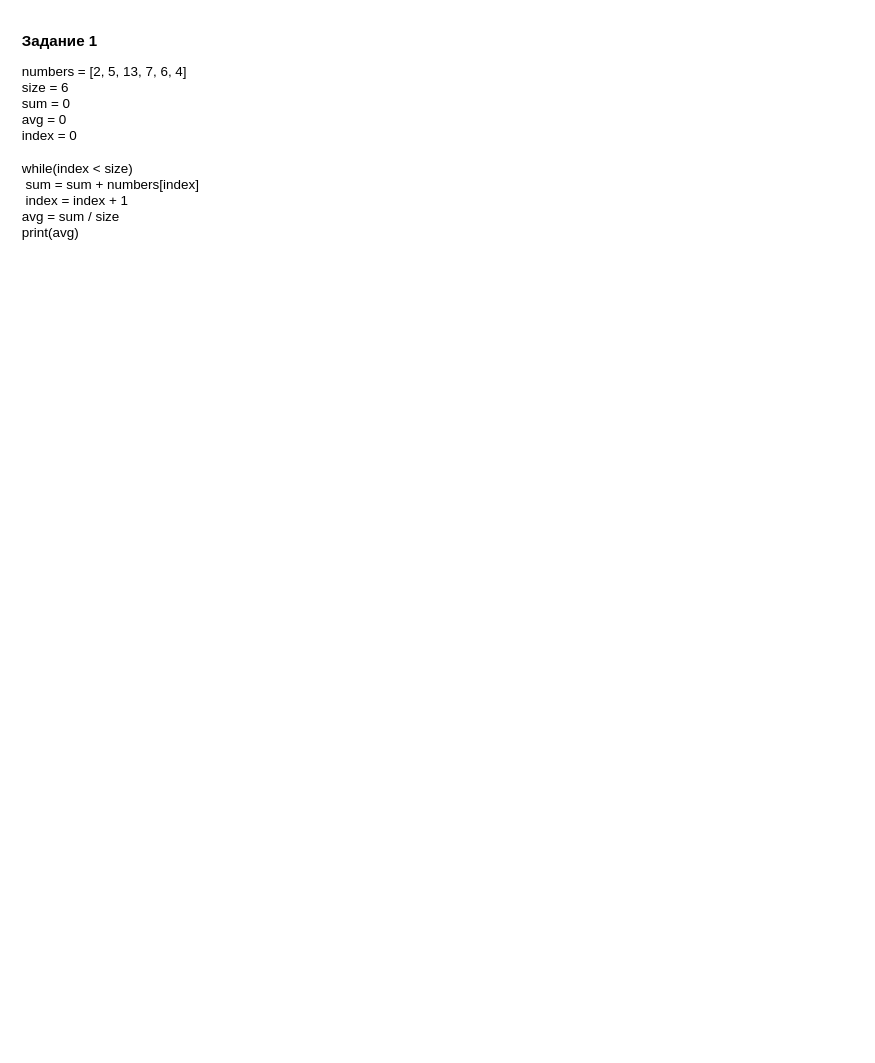
pluzonetwo/diagrams keeps this draw.io diagram as Untitled Diagram.drawio. Above is the earlier version. Source tidied: cells renumbered, new cells numbered last; positions are measured from the earlier drawing's top-left corner, leaving out a move shared by most shapes. Both pictures are drawn from the tidied source at 84%, with x=0, y=0 at pixel (20, 14).
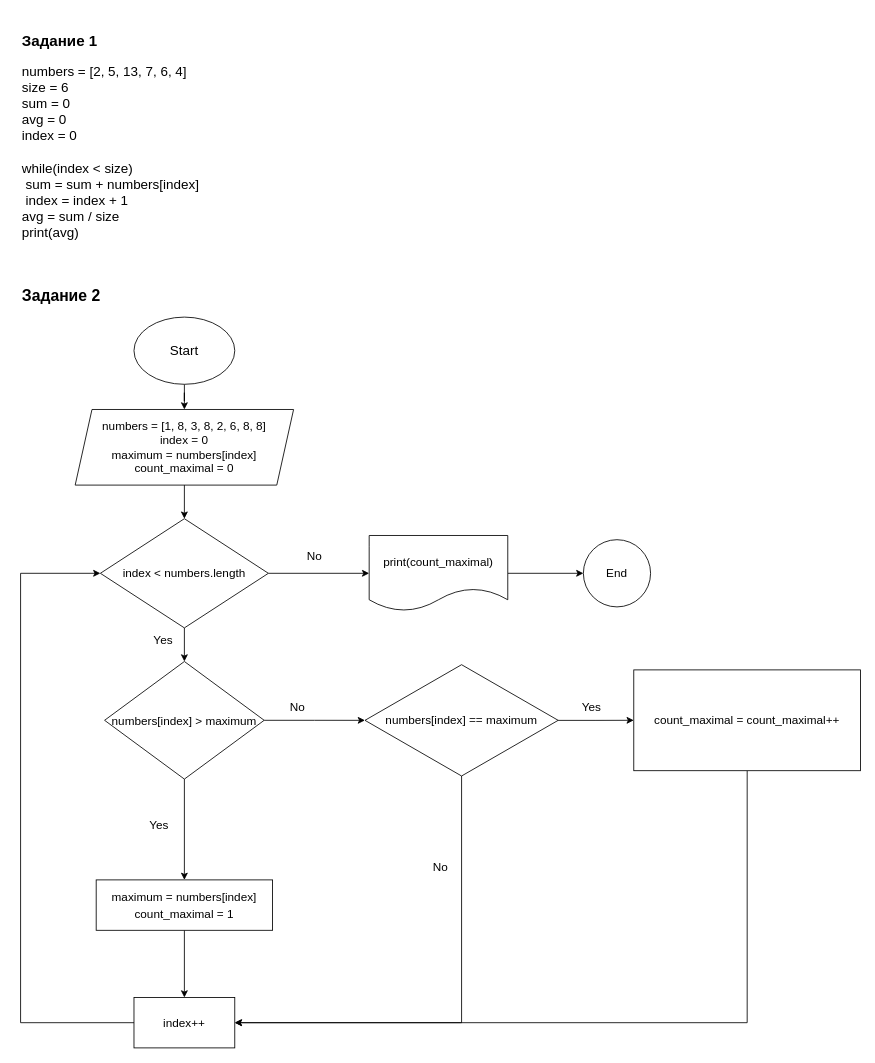
After the change.

Change to the diagram source:
```diff
@@
     <mxCell id="2" value="&lt;h2&gt;Задание 1&lt;/h2&gt;&lt;div style=&quot;font-size: 16px;&quot;&gt;numbers = [2, 5, 13, 7, 6, 4]&lt;/div&gt;&lt;div style=&quot;font-size: 16px;&quot;&gt;size = 6&lt;/div&gt;&lt;div style=&quot;font-size: 16px;&quot;&gt;sum = 0&lt;/div&gt;&lt;div style=&quot;font-size: 16px;&quot;&gt;avg = 0&lt;/div&gt;&lt;div style=&quot;font-size: 16px;&quot;&gt;index = 0&lt;/div&gt;&lt;div style=&quot;font-size: 16px;&quot;&gt;&lt;br&gt;&lt;/div&gt;&lt;div style=&quot;font-size: 16px;&quot;&gt;while(index &amp;lt; size)&lt;/div&gt;&lt;div style=&quot;font-size: 16px;&quot;&gt;&lt;span style=&quot;white-space: pre;&quot;&gt; &lt;/span&gt;sum = sum + numbers[index]&lt;br&gt;&lt;/div&gt;&lt;div style=&quot;font-size: 16px;&quot;&gt;&lt;span style=&quot;white-space: pre;&quot;&gt; &lt;/span&gt;index = index + 1&lt;br&gt;&lt;/div&gt;&lt;div style=&quot;font-size: 16px;&quot;&gt;avg = sum / size&lt;/div&gt;&lt;div style=&quot;font-size: 16px;&quot;&gt;print(avg)&lt;/div&gt;" style="text;html=1;strokeColor=none;fillColor=none;align=left;verticalAlign=top;whiteSpace=wrap;rounded=0;" parent="1" vertex="1">
-      <mxGeometry width="700" height="530" as="geometry" />
+      <mxGeometry width="700" height="300" as="geometry" />
     </mxCell>
+    <mxCell id="3" value="&lt;h3&gt;Задание 2&lt;/h3&gt;" style="text;html=1;strokeColor=none;fillColor=none;align=left;verticalAlign=middle;whiteSpace=wrap;rounded=0;fontSize=16;" parent="1" vertex="1">
+      <mxGeometry y="310" width="200" height="50" as="geometry" />
+    </mxCell>
+    <mxCell id="4" style="edgeStyle=orthogonalEdgeStyle;rounded=0;jettySize=auto;html=1;fontSize=14;" parent="1" edge="1" source="5" target="7">
+      <mxGeometry relative="1" as="geometry" />
+    </mxCell>
+    <mxCell id="5" value="Start" style="ellipse;whiteSpace=wrap;html=1;fontSize=16;" parent="1" vertex="1">
+      <mxGeometry x="135" y="360" width="120" height="80" as="geometry" />
+    </mxCell>
+    <mxCell id="6" style="edgeStyle=orthogonalEdgeStyle;rounded=0;jettySize=auto;html=1;fontSize=14;" parent="1" edge="1" source="7" target="10">
+      <mxGeometry relative="1" as="geometry" />
+    </mxCell>
+    <mxCell id="7" value="numbers = [1, 8, 3, 8, 2, 6, 8, 8]&lt;br style=&quot;font-size: 14px;&quot;&gt;index = 0&lt;br style=&quot;font-size: 14px;&quot;&gt;maximum = numbers[index]&lt;br style=&quot;font-size: 14px;&quot;&gt;count_maximal = 0" style="shape=parallelogram;perimeter=parallelogramPerimeter;whiteSpace=wrap;html=1;fixedSize=1;fontSize=14;" parent="1" vertex="1">
+      <mxGeometry x="65" y="470" width="260" height="90" as="geometry" />
+    </mxCell>
+    <mxCell id="8" style="edgeStyle=orthogonalEdgeStyle;rounded=0;jettySize=auto;html=1;fontSize=14;" parent="1" edge="1" source="10" target="13">
+      <mxGeometry relative="1" as="geometry" />
+    </mxCell>
+    <mxCell id="9" style="edgeStyle=orthogonalEdgeStyle;rounded=0;jettySize=auto;html=1;fontSize=14;" parent="1" edge="1" source="10" target="28">
+      <mxGeometry relative="1" as="geometry" />
+    </mxCell>
+    <mxCell id="10" value="index &amp;lt; numbers.length" style="rhombus;whiteSpace=wrap;html=1;fontSize=14;" parent="1" vertex="1">
+      <mxGeometry x="95" y="600" width="200" height="130" as="geometry" />
+    </mxCell>
+    <mxCell id="11" style="edgeStyle=orthogonalEdgeStyle;rounded=0;jettySize=auto;html=1;fontSize=14;" parent="1" edge="1" source="13" target="15">
+      <mxGeometry relative="1" as="geometry" />
+    </mxCell>
+    <mxCell id="12" style="edgeStyle=orthogonalEdgeStyle;rounded=0;jettySize=auto;html=1;fontSize=14;entryX=0;entryY=0.5;entryDx=0;entryDy=0;" parent="1" edge="1" source="13" target="22">
+      <mxGeometry relative="1" as="geometry" />
+    </mxCell>
+    <mxCell id="13" value="&lt;font style=&quot;font-size: 14px;&quot;&gt;numbers[index] &amp;gt; maximum&lt;/font&gt;" style="rhombus;whiteSpace=wrap;html=1;fontSize=16;" parent="1" vertex="1">
+      <mxGeometry x="100" y="770" width="190" height="140" as="geometry" />
+    </mxCell>
+    <mxCell id="14" style="edgeStyle=orthogonalEdgeStyle;rounded=0;jettySize=auto;html=1;fontSize=14;" parent="1" edge="1" source="15" target="19">
+      <mxGeometry relative="1" as="geometry" />
+    </mxCell>
+    <mxCell id="15" value="&lt;font style=&quot;font-size: 14px;&quot;&gt;maximum = numbers[index]&lt;br&gt;count_maximal = 1&lt;/font&gt;" style="whiteSpace=wrap;html=1;fontSize=16;" parent="1" vertex="1">
+      <mxGeometry x="90" y="1030" width="210" height="60" as="geometry" />
+    </mxCell>
+    <mxCell id="16" value="Yes" style="text;html=1;strokeColor=none;fillColor=none;align=center;verticalAlign=middle;whiteSpace=wrap;rounded=0;fontSize=14;" parent="1" vertex="1">
+      <mxGeometry x="135" y="950" width="60" height="30" as="geometry" />
+    </mxCell>
+    <mxCell id="17" value="No" style="text;html=1;strokeColor=none;fillColor=none;align=center;verticalAlign=middle;whiteSpace=wrap;rounded=0;fontSize=14;" parent="1" vertex="1">
+      <mxGeometry x="300" y="810" width="60" height="30" as="geometry" />
+    </mxCell>
+    <mxCell id="18" style="edgeStyle=orthogonalEdgeStyle;rounded=0;jettySize=auto;html=1;entryX=0;entryY=0.5;entryDx=0;entryDy=0;fontSize=14;" parent="1" edge="1" source="19" target="10">
+      <mxGeometry relative="1" as="geometry">
+        <Array as="points">
+          <mxPoint y="1200" />
+          <mxPoint y="665" />
+        </Array>
+      </mxGeometry>
+    </mxCell>
+    <mxCell id="19" value="&lt;font style=&quot;font-size: 14px;&quot;&gt;index++&lt;/font&gt;" style="whiteSpace=wrap;html=1;fontSize=16;" parent="1" vertex="1">
+      <mxGeometry x="135" y="1170" width="120" height="60" as="geometry" />
+    </mxCell>
+    <mxCell id="20" style="edgeStyle=orthogonalEdgeStyle;rounded=0;jettySize=auto;html=1;fontSize=14;" parent="1" edge="1" source="22" target="24">
+      <mxGeometry relative="1" as="geometry" />
+    </mxCell>
+    <mxCell id="21" style="edgeStyle=orthogonalEdgeStyle;rounded=0;jettySize=auto;html=1;entryX=1;entryY=0.5;entryDx=0;entryDy=0;fontSize=14;" parent="1" edge="1" source="22" target="19">
+      <mxGeometry relative="1" as="geometry">
+        <Array as="points">
+          <mxPoint x="525" y="1200" />
+        </Array>
+      </mxGeometry>
+    </mxCell>
+    <mxCell id="22" value="numbers[index] == maximum" style="rhombus;whiteSpace=wrap;html=1;fontSize=14;" parent="1" vertex="1">
+      <mxGeometry x="410" y="773.8" width="230" height="132.5" as="geometry" />
+    </mxCell>
+    <mxCell id="23" style="edgeStyle=orthogonalEdgeStyle;rounded=0;jettySize=auto;html=1;entryX=1;entryY=0.5;entryDx=0;entryDy=0;fontSize=14;" parent="1" edge="1" source="24" target="19">
+      <mxGeometry relative="1" as="geometry">
+        <Array as="points">
+          <mxPoint x="865" y="1200" />
+        </Array>
+      </mxGeometry>
+    </mxCell>
+    <mxCell id="24" value="count_maximal = count_maximal++" style="whiteSpace=wrap;html=1;fontSize=14;" parent="1" vertex="1">
+      <mxGeometry x="730" y="780" width="270" height="120" as="geometry" />
+    </mxCell>
+    <mxCell id="25" value="Yes" style="text;html=1;strokeColor=none;fillColor=none;align=center;verticalAlign=middle;whiteSpace=wrap;rounded=0;fontSize=14;" parent="1" vertex="1">
+      <mxGeometry x="650" y="810" width="60" height="30" as="geometry" />
+    </mxCell>
+    <mxCell id="26" value="No" style="text;html=1;strokeColor=none;fillColor=none;align=center;verticalAlign=middle;whiteSpace=wrap;rounded=0;fontSize=14;" parent="1" vertex="1">
+      <mxGeometry x="470" y="1000" width="60" height="30" as="geometry" />
+    </mxCell>
+    <mxCell id="27" style="edgeStyle=orthogonalEdgeStyle;rounded=0;jettySize=auto;html=1;fontSize=14;" parent="1" edge="1" source="28" target="29">
+      <mxGeometry relative="1" as="geometry" />
+    </mxCell>
+    <mxCell id="28" value="print(count_maximal)" style="shape=document;whiteSpace=wrap;html=1;boundedLbl=1;fontSize=14;" parent="1" vertex="1">
+      <mxGeometry x="415" y="620" width="165" height="90" as="geometry" />
+    </mxCell>
+    <mxCell id="29" value="End" style="ellipse;whiteSpace=wrap;html=1;fontSize=14;" parent="1" vertex="1">
+      <mxGeometry x="670" y="625" width="80" height="80" as="geometry" />
+    </mxCell>
+    <mxCell id="30" value="Yes" style="text;html=1;strokeColor=none;fillColor=none;align=center;verticalAlign=middle;whiteSpace=wrap;rounded=0;fontSize=14;" parent="1" vertex="1">
+      <mxGeometry x="140" y="730" width="60" height="30" as="geometry" />
+    </mxCell>
+    <mxCell id="31" value="No" style="text;html=1;strokeColor=none;fillColor=none;align=center;verticalAlign=middle;whiteSpace=wrap;rounded=0;fontSize=14;" parent="1" vertex="1">
+      <mxGeometry x="320" y="630" width="60" height="30" as="geometry" />
+    </mxCell>
```
